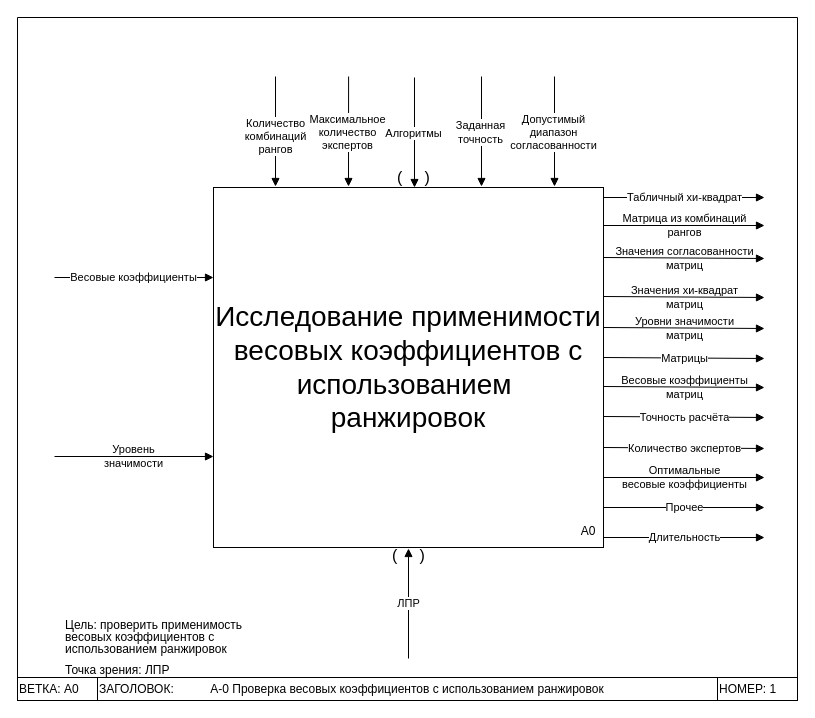
Dimj1k/Works keeps this draw.io diagram as page "Контекстная" (1 of 3) of draw_io/idef0 prog v2.drawio. Above is the earlier version. Source tidied: cells renumbered, new cells numbered last; positions are measured from the earlier drawing's top-left corner, leaving out a move shared by most shapes. Both pictures are drawn from the tidied source at 100%, with x=0, y=0 at pixel (17, 17).
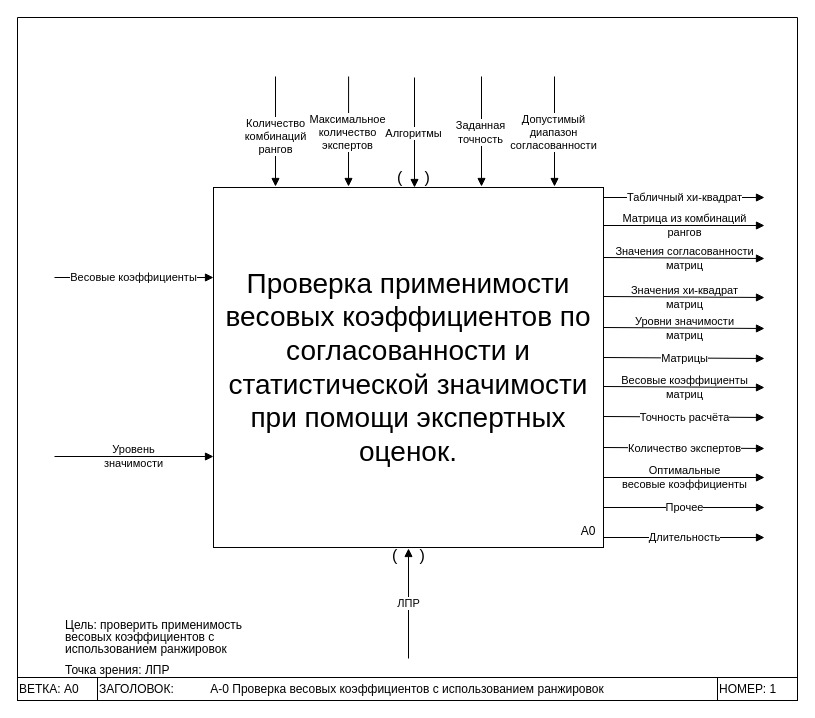
The same diagram, later.

Unchanged cells that the change refers to:
```xml
<mxCell id="23" style="group;" parent="1" vertex="1">
  <mxGeometry x="196" y="170" width="390" height="370" as="geometry" />
</mxCell>
```

What changed in the source:
```diff
@@
-    <mxCell id="24" value="&lt;span style=&quot;font-size: 28px;&quot;&gt;Исследование применимости весовых коэффициентов с использованием&amp;nbsp;&lt;br&gt;ранжировок&lt;/span&gt;" style="rounded=0;whiteSpace=wrap;html=1;" parent="23" vertex="1">
+    <mxCell id="24" value="&lt;font style=&quot;font-size: 28px;&quot;&gt;Проверка применимости весовых коэффициентов по&lt;br/&gt;согласованности и статистической значимости при помощи экспертных оценок.&lt;/font&gt;" style="rounded=0;whiteSpace=wrap;html=1;" parent="23" vertex="1">
       <mxGeometry width="390" height="360" as="geometry" />
     </mxCell>
```
